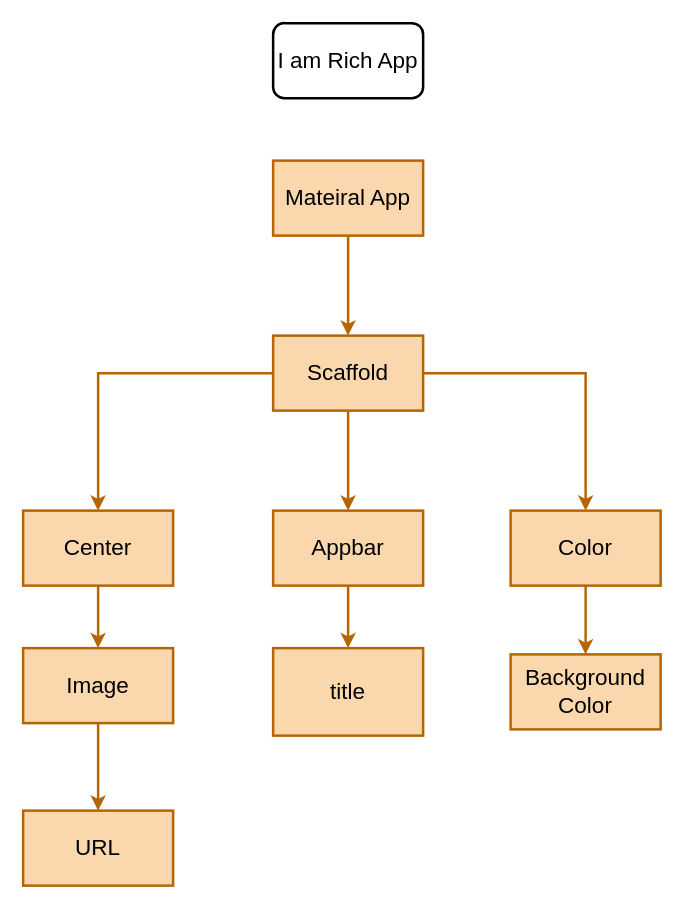
Earlier version of the draw.io diagram Untitled Diagram.drawio (drocgoesongit/myApp). Source tidied: cells renumbered, new cells numbered last; positions are measured from the earlier drawing's top-left corner, leaving out a move shared by most shapes. Both pictures are drawn from the tidied source at 125%, with x=0, y=0 at pixel (22, 22).
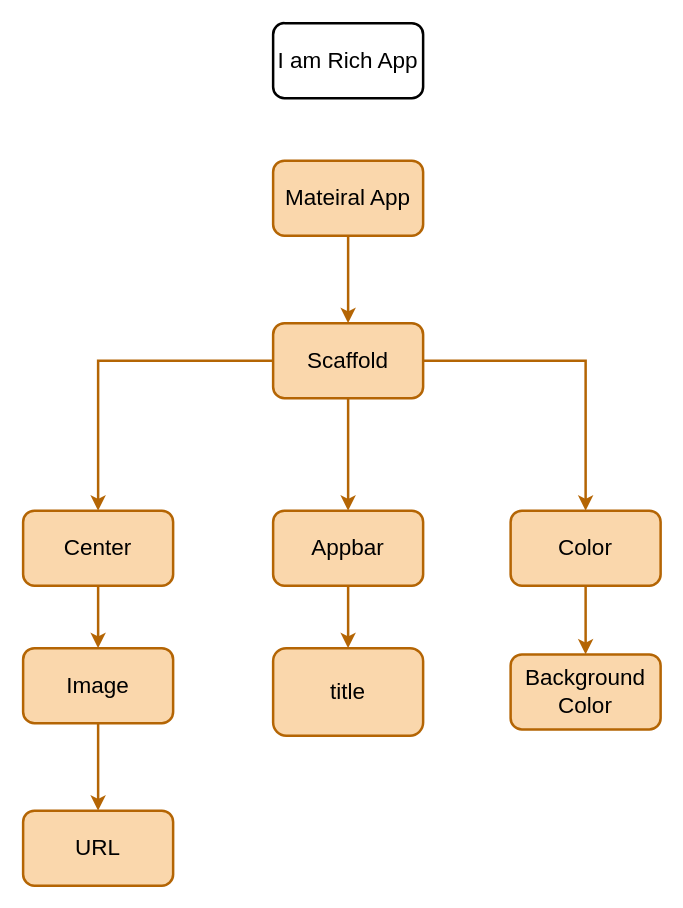
Above is the later version.

What changed in the source:
```diff
@@
 <mxGraphModel>
   <root>
     <mxCell id="0" />
     <mxCell id="1" parent="0" />
     <mxCell id="2" style="edgeStyle=orthogonalEdgeStyle;rounded=0;jettySize=auto;html=1;fontSize=18;fillColor=#fad7ac;strokeColor=#b46504;strokeWidth=2;" parent="1" edge="1" source="3" target="7">
       <mxGeometry relative="1" as="geometry" />
     </mxCell>
-    <mxCell id="3" value="&lt;font style=&quot;font-size: 18px;&quot;&gt;Mateiral App&lt;/font&gt;" style="rounded=0;whiteSpace=wrap;html=1;fillColor=#fad7ac;strokeColor=#b46504;strokeWidth=2;" parent="1" vertex="1">
+    <mxCell id="3" value="&lt;font style=&quot;font-size: 18px;&quot;&gt;Mateiral App&lt;/font&gt;" style="rounded=1;whiteSpace=wrap;html=1;fillColor=#fad7ac;strokeColor=#b46504;strokeWidth=2;" parent="1" vertex="1">
       <mxGeometry x="200" y="110" width="120" height="60" as="geometry" />
     </mxCell>
     <mxCell id="4" style="edgeStyle=orthogonalEdgeStyle;rounded=0;jettySize=auto;html=1;fontSize=18;fillColor=#fad7ac;strokeColor=#b46504;strokeWidth=2;" parent="1" edge="1" source="7" target="9">
       <mxGeometry relative="1" as="geometry" />
     </mxCell>
     <mxCell id="5" style="edgeStyle=orthogonalEdgeStyle;rounded=0;jettySize=auto;html=1;fontSize=18;fillColor=#fad7ac;strokeColor=#b46504;strokeWidth=2;" parent="1" edge="1" source="7" target="12">
       <mxGeometry relative="1" as="geometry" />
     </mxCell>
     <mxCell id="6" style="edgeStyle=orthogonalEdgeStyle;rounded=0;jettySize=auto;html=1;fontSize=18;fillColor=#fad7ac;strokeColor=#b46504;strokeWidth=2;" parent="1" edge="1" source="7" target="14">
       <mxGeometry relative="1" as="geometry" />
     </mxCell>
-    <mxCell id="7" value="&lt;font style=&quot;font-size: 18px;&quot;&gt;Scaffold&lt;/font&gt;" style="rounded=0;whiteSpace=wrap;html=1;fillColor=#fad7ac;strokeColor=#b46504;strokeWidth=2;" parent="1" vertex="1">
-      <mxGeometry x="200" y="250" width="120" height="60" as="geometry" />
+    <mxCell id="7" value="&lt;font style=&quot;font-size: 18px;&quot;&gt;Scaffold&lt;/font&gt;" style="rounded=1;whiteSpace=wrap;html=1;fillColor=#fad7ac;strokeColor=#b46504;strokeWidth=2;" parent="1" vertex="1">
+      <mxGeometry x="200" y="240" width="120" height="60" as="geometry" />
     </mxCell>
     <mxCell id="8" style="edgeStyle=orthogonalEdgeStyle;rounded=0;jettySize=auto;html=1;fontSize=18;fillColor=#fad7ac;strokeColor=#b46504;strokeWidth=2;" parent="1" edge="1" source="9" target="10">
       <mxGeometry relative="1" as="geometry" />
     </mxCell>
-    <mxCell id="9" value="&lt;font style=&quot;font-size: 18px;&quot;&gt;Appbar&lt;/font&gt;" style="rounded=0;whiteSpace=wrap;html=1;fillColor=#fad7ac;strokeColor=#b46504;strokeWidth=2;" parent="1" vertex="1">
+    <mxCell id="9" value="&lt;font style=&quot;font-size: 18px;&quot;&gt;Appbar&lt;/font&gt;" style="rounded=1;whiteSpace=wrap;html=1;fillColor=#fad7ac;strokeColor=#b46504;strokeWidth=2;" parent="1" vertex="1">
       <mxGeometry x="200" y="390" width="120" height="60" as="geometry" />
     </mxCell>
-    <mxCell id="10" value="&lt;font style=&quot;font-size: 18px;&quot;&gt;title&lt;/font&gt;" style="rounded=0;whiteSpace=wrap;html=1;fillColor=#fad7ac;strokeColor=#b46504;strokeWidth=2;" parent="1" vertex="1">
+    <mxCell id="10" value="&lt;font style=&quot;font-size: 18px;&quot;&gt;title&lt;/font&gt;" style="rounded=1;whiteSpace=wrap;html=1;fillColor=#fad7ac;strokeColor=#b46504;strokeWidth=2;" parent="1" vertex="1">
       <mxGeometry x="200" y="500" width="120" height="70" as="geometry" />
     </mxCell>
     <mxCell id="11" style="edgeStyle=orthogonalEdgeStyle;rounded=0;jettySize=auto;html=1;fontSize=18;fillColor=#fad7ac;strokeColor=#b46504;strokeWidth=2;" parent="1" edge="1" source="12" target="16">
       <mxGeometry relative="1" as="geometry" />
     </mxCell>
-    <mxCell id="12" value="&lt;span style=&quot;font-size: 18px;&quot;&gt;Center&lt;/span&gt;" style="rounded=0;whiteSpace=wrap;html=1;fillColor=#fad7ac;strokeColor=#b46504;strokeWidth=2;" parent="1" vertex="1">
+    <mxCell id="12" value="&lt;span style=&quot;font-size: 18px;&quot;&gt;Center&lt;/span&gt;" style="rounded=1;whiteSpace=wrap;html=1;fillColor=#fad7ac;strokeColor=#b46504;strokeWidth=2;" parent="1" vertex="1">
       <mxGeometry y="390" width="120" height="60" as="geometry" />
     </mxCell>
     <mxCell id="13" style="edgeStyle=orthogonalEdgeStyle;rounded=0;jettySize=auto;html=1;fontSize=18;fillColor=#fad7ac;strokeColor=#b46504;strokeWidth=2;" parent="1" edge="1" source="14" target="17">
       <mxGeometry relative="1" as="geometry" />
     </mxCell>
-    <mxCell id="14" value="&lt;font style=&quot;font-size: 18px;&quot;&gt;Color&lt;/font&gt;" style="rounded=0;whiteSpace=wrap;html=1;fillColor=#fad7ac;strokeColor=#b46504;strokeWidth=2;" parent="1" vertex="1">
+    <mxCell id="14" value="&lt;font style=&quot;font-size: 18px;&quot;&gt;Color&lt;/font&gt;" style="rounded=1;whiteSpace=wrap;html=1;fillColor=#fad7ac;strokeColor=#b46504;strokeWidth=2;" parent="1" vertex="1">
       <mxGeometry x="390" y="390" width="120" height="60" as="geometry" />
     </mxCell>
     <mxCell id="15" style="edgeStyle=orthogonalEdgeStyle;rounded=0;jettySize=auto;html=1;fontSize=18;fillColor=#fad7ac;strokeColor=#b46504;strokeWidth=2;" parent="1" edge="1" source="16" target="18">
       <mxGeometry relative="1" as="geometry" />
     </mxCell>
-    <mxCell id="16" value="&lt;span style=&quot;font-size: 18px;&quot;&gt;Image&lt;/span&gt;" style="rounded=0;whiteSpace=wrap;html=1;fillColor=#fad7ac;strokeColor=#b46504;strokeWidth=2;" parent="1" vertex="1">
+    <mxCell id="16" value="&lt;span style=&quot;font-size: 18px;&quot;&gt;Image&lt;/span&gt;" style="rounded=1;whiteSpace=wrap;html=1;fillColor=#fad7ac;strokeColor=#b46504;strokeWidth=2;" parent="1" vertex="1">
       <mxGeometry y="500" width="120" height="60" as="geometry" />
     </mxCell>
-    <mxCell id="17" value="&lt;font style=&quot;font-size: 18px;&quot;&gt;Background Color&lt;/font&gt;" style="rounded=0;whiteSpace=wrap;html=1;fillColor=#fad7ac;strokeColor=#b46504;strokeWidth=2;" parent="1" vertex="1">
+    <mxCell id="17" value="&lt;font style=&quot;font-size: 18px;&quot;&gt;Background Color&lt;/font&gt;" style="rounded=1;whiteSpace=wrap;html=1;fillColor=#fad7ac;strokeColor=#b46504;strokeWidth=2;" parent="1" vertex="1">
       <mxGeometry x="390" y="505" width="120" height="60" as="geometry" />
     </mxCell>
-    <mxCell id="18" value="&lt;span style=&quot;font-size: 18px;&quot;&gt;URL&lt;/span&gt;" style="rounded=0;whiteSpace=wrap;html=1;fillColor=#fad7ac;strokeColor=#b46504;strokeWidth=2;" parent="1" vertex="1">
+    <mxCell id="18" value="&lt;span style=&quot;font-size: 18px;&quot;&gt;URL&lt;/span&gt;" style="rounded=1;whiteSpace=wrap;html=1;fillColor=#fad7ac;strokeColor=#b46504;strokeWidth=2;" parent="1" vertex="1">
       <mxGeometry y="630" width="120" height="60" as="geometry" />
     </mxCell>
     <mxCell id="19" value="I am Rich App" style="rounded=1;whiteSpace=wrap;html=1;fontSize=18;strokeWidth=2;" parent="1" vertex="1">
       <mxGeometry x="200" width="120" height="60" as="geometry" />
     </mxCell>
   </root>
 </mxGraphModel>
```
